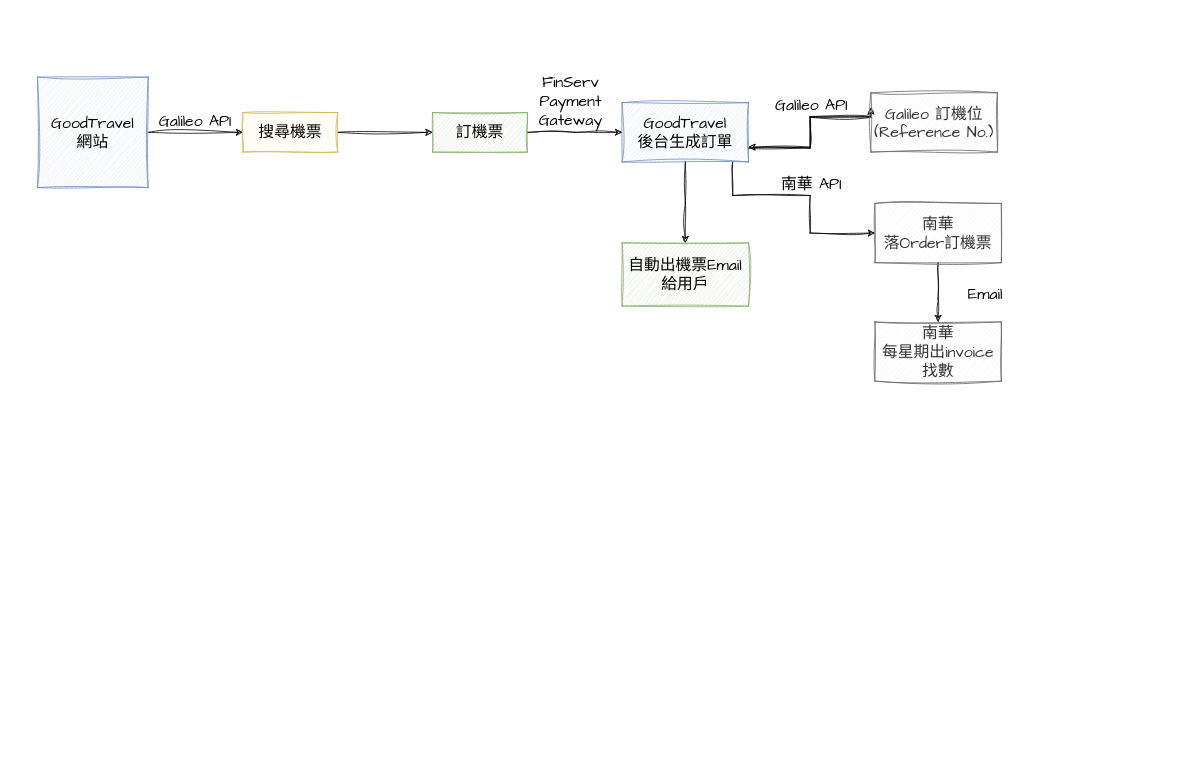
Earlier version of the draw.io diagram GoodTravel.drawio (MichaelLam888/Draw.io). Source tidied: cells renumbered, new cells numbered last; positions are measured from the earlier drawing's top-left corner, leaving out a move shared by most shapes. Both pictures are drawn from the tidied source at 79%, with x=0, y=0 at pixel (37, 69).
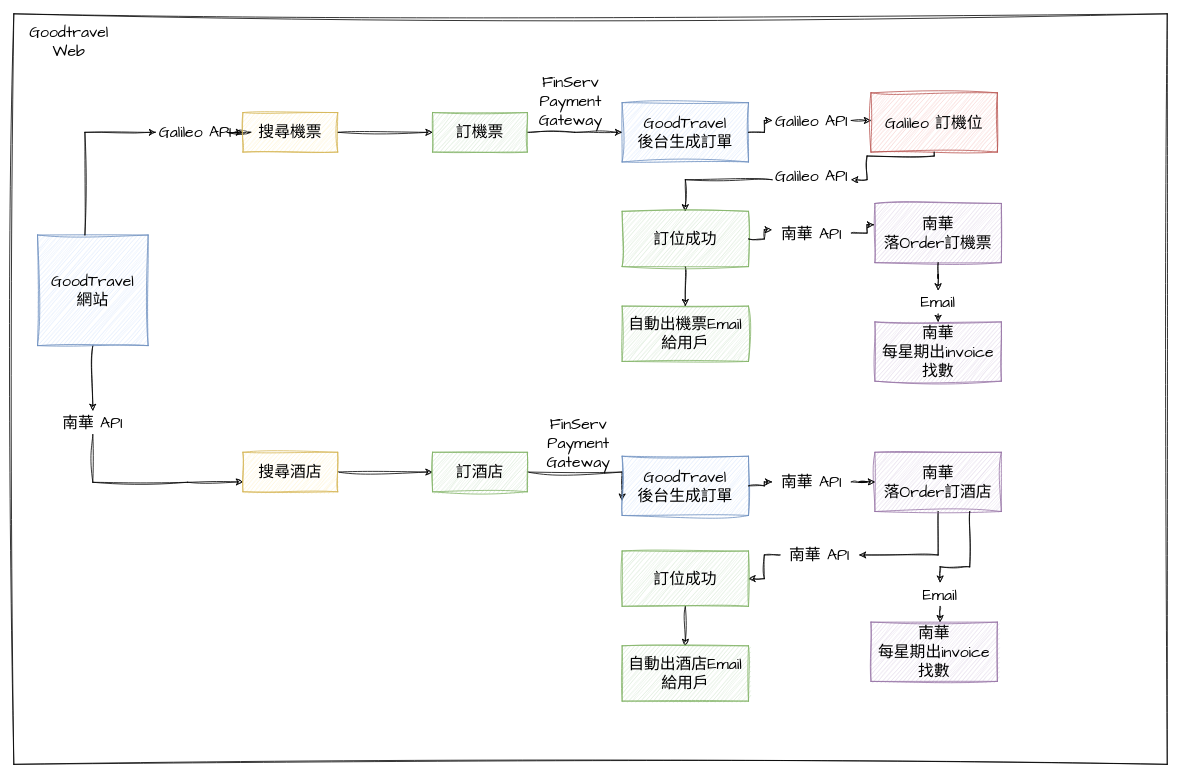
The same diagram, later.

Unchanged cells that the change refers to:
```xml
<mxCell id="5" value="搜尋機票" style="rounded=0;whiteSpace=wrap;html=1;sketch=1;hachureGap=4;jiggle=2;curveFitting=1;fontFamily=Architects Daughter;fontSize=20;fillColor=#fff2cc;strokeColor=#d6b656;" parent="1" vertex="1">
  <mxGeometry x="260" y="55" width="120" height="50" as="geometry" />
</mxCell>
<mxCell id="13" value="GoodTravel&lt;br&gt;後台生成訂單" style="rounded=0;whiteSpace=wrap;html=1;sketch=1;hachureGap=4;jiggle=2;curveFitting=1;fontFamily=Architects Daughter;fontSize=20;fillColor=#dae8fc;strokeColor=#6c8ebf;" parent="1" vertex="1">
  <mxGeometry x="740" y="42.5" width="160" height="75" as="geometry" />
</mxCell>
```

Diff of the diagram source:
```diff
@@
+    <mxCell id="24" style="rounded=0;whiteSpace=wrap;html=1;sketch=1;hachureGap=4;jiggle=2;curveFitting=1;fontFamily=Architects Daughter;fontSize=20;" parent="1" vertex="1">
+      <mxGeometry x="-30" y="-70" width="1460" height="950" as="geometry" />
+    </mxCell>
-    <mxCell id="2" style="edgeStyle=orthogonalEdgeStyle;rounded=0;sketch=1;hachureGap=4;jiggle=2;curveFitting=1;jettySize=auto;html=1;fontFamily=Architects Daughter;fontSize=16;" parent="1" edge="1" source="3" target="5">
+    <mxCell id="2" style="edgeStyle=orthogonalEdgeStyle;rounded=0;sketch=1;hachureGap=4;jiggle=2;curveFitting=1;jettySize=auto;html=1;fontFamily=Architects Daughter;fontSize=16;" parent="1" edge="1" source="6" target="5">
       <mxGeometry relative="1" as="geometry" />
     </mxCell>
+    <mxCell id="25" style="edgeStyle=orthogonalEdgeStyle;rounded=0;sketch=1;hachureGap=4;jiggle=2;curveFitting=1;jettySize=auto;html=1;entryX=0;entryY=0.75;entryDx=0;entryDy=0;fontFamily=Architects Daughter;fontSize=16;" parent="1" edge="1" source="50" target="30">
+      <mxGeometry relative="1" as="geometry">
+        <Array as="points">
+          <mxPoint x="70" y="523" />
+          <mxPoint x="190" y="523" />
+        </Array>
+      </mxGeometry>
+    </mxCell>
+    <mxCell id="26" style="edgeStyle=orthogonalEdgeStyle;rounded=0;sketch=1;hachureGap=4;jiggle=2;curveFitting=1;jettySize=auto;html=1;fontFamily=Architects Daughter;fontSize=16;" parent="1" edge="1" source="3" target="50">
+      <mxGeometry relative="1" as="geometry" />
+    </mxCell>
     <mxCell id="3" value="GoodTravel&lt;br&gt;網站" style="rounded=0;whiteSpace=wrap;html=1;sketch=1;hachureGap=4;jiggle=2;curveFitting=1;fontFamily=Architects Daughter;fontSize=20;fillColor=#dae8fc;strokeColor=#6c8ebf;" parent="1" vertex="1">
-      <mxGeometry y="10" width="140" height="140" as="geometry" />
+      <mxGeometry y="210" width="140" height="140" as="geometry" />
     </mxCell>
@@
-    <mxCell id="6" value="Galileo API" style="text;html=1;strokeColor=none;fillColor=none;align=center;verticalAlign=middle;whiteSpace=wrap;rounded=0;fontSize=20;fontFamily=Architects Daughter;" parent="1" vertex="1">
-      <mxGeometry x="150" y="50" width="100" height="30" as="geometry" />
-    </mxCell>
@@
-    <mxCell id="10" style="edgeStyle=orthogonalEdgeStyle;rounded=0;sketch=1;hachureGap=4;jiggle=2;curveFitting=1;jettySize=auto;html=1;entryX=0;entryY=0.25;entryDx=0;entryDy=0;fontFamily=Architects Daughter;fontSize=16;" parent="1" edge="1" source="13" target="15">
-      <mxGeometry relative="1" as="geometry">
-        <Array as="points">
-          <mxPoint x="978" y="100" />
-          <mxPoint x="978" y="61" />
-        </Array>
-      </mxGeometry>
-    </mxCell>
-    <mxCell id="11" style="edgeStyle=orthogonalEdgeStyle;rounded=0;sketch=1;hachureGap=4;jiggle=2;curveFitting=1;jettySize=auto;html=1;fontFamily=Architects Daughter;fontSize=16;" parent="1" edge="1" source="13">
-      <mxGeometry relative="1" as="geometry">
-        <mxPoint x="820" y="220" as="targetPoint" />
-      </mxGeometry>
-    </mxCell>
-    <mxCell id="12" style="edgeStyle=orthogonalEdgeStyle;rounded=0;sketch=1;hachureGap=4;jiggle=2;curveFitting=1;jettySize=auto;html=1;entryX=0;entryY=0.5;entryDx=0;entryDy=0;fontFamily=Architects Daughter;fontSize=16;" parent="1" edge="1" source="13" target="20">
-      <mxGeometry relative="1" as="geometry">
-        <Array as="points">
-          <mxPoint x="880" y="160" />
-          <mxPoint x="978" y="160" />
-          <mxPoint x="978" y="208" />
-        </Array>
-      </mxGeometry>
-    </mxCell>
+    <mxCell id="27" style="edgeStyle=orthogonalEdgeStyle;rounded=0;sketch=1;hachureGap=4;jiggle=2;curveFitting=1;jettySize=auto;html=1;fontFamily=Architects Daughter;fontSize=16;" parent="1" edge="1" source="16" target="15">
+      <mxGeometry relative="1" as="geometry">
+        <Array as="points">
+          <mxPoint x="978" y="80" />
+          <mxPoint x="978" y="60" />
+        </Array>
+      </mxGeometry>
+    </mxCell>
@@
-    <mxCell id="14" style="edgeStyle=orthogonalEdgeStyle;rounded=0;sketch=1;hachureGap=4;jiggle=2;curveFitting=1;jettySize=auto;html=1;entryX=1;entryY=0.75;entryDx=0;entryDy=0;fontFamily=Architects Daughter;fontSize=16;" parent="1" edge="1" source="15" target="13">
-      <mxGeometry relative="1" as="geometry">
-        <Array as="points">
-          <mxPoint x="978" y="60" />
-          <mxPoint x="978" y="99" />
-        </Array>
-      </mxGeometry>
-    </mxCell>
+    <mxCell id="28" style="edgeStyle=orthogonalEdgeStyle;rounded=0;sketch=1;hachureGap=4;jiggle=2;curveFitting=1;jettySize=auto;html=1;fontFamily=Architects Daughter;fontSize=16;" parent="1" edge="1" source="45" target="39">
+      <mxGeometry relative="1" as="geometry">
+        <Array as="points">
+          <mxPoint x="820" y="140" />
+        </Array>
+      </mxGeometry>
+    </mxCell>
-    <mxCell id="15" value="Galileo 訂機位&lt;br&gt;(Reference No.)" style="rounded=0;whiteSpace=wrap;html=1;sketch=1;hachureGap=4;jiggle=2;curveFitting=1;fontFamily=Architects Daughter;fontSize=20;fillColor=#f5f5f5;strokeColor=#666666;fontColor=#333333;" parent="1" vertex="1">
+    <mxCell id="15" value="Galileo 訂機位" style="rounded=0;whiteSpace=wrap;html=1;sketch=1;hachureGap=4;jiggle=2;curveFitting=1;fontFamily=Architects Daughter;fontSize=20;fillColor=#f8cecc;strokeColor=#b85450;" parent="1" vertex="1">
       <mxGeometry x="1055" y="30" width="160" height="75" as="geometry" />
     </mxCell>
-    <mxCell id="16" value="Galileo API" style="text;html=1;strokeColor=none;fillColor=none;align=center;verticalAlign=middle;whiteSpace=wrap;rounded=0;fontSize=20;fontFamily=Architects Daughter;" parent="1" vertex="1">
-      <mxGeometry x="930" y="30" width="100" height="30" as="geometry" />
-    </mxCell>
     <mxCell id="17" value="自動出機票Email&lt;br&gt;給用戶" style="rounded=0;whiteSpace=wrap;html=1;sketch=1;hachureGap=4;jiggle=2;curveFitting=1;fontFamily=Architects Daughter;fontSize=20;fillColor=#d5e8d4;strokeColor=#82b366;" parent="1" vertex="1">
-      <mxGeometry x="740" y="220" width="160" height="80" as="geometry" />
+      <mxGeometry x="740" y="300" width="160" height="70" as="geometry" />
     </mxCell>
@@
-    <mxCell id="19" style="edgeStyle=orthogonalEdgeStyle;rounded=0;sketch=1;hachureGap=4;jiggle=2;curveFitting=1;jettySize=auto;html=1;fontFamily=Architects Daughter;fontSize=16;" parent="1" edge="1" source="20" target="21">
+    <mxCell id="19" style="edgeStyle=orthogonalEdgeStyle;rounded=0;sketch=1;hachureGap=4;jiggle=2;curveFitting=1;jettySize=auto;html=1;fontFamily=Architects Daughter;fontSize=16;" parent="1" edge="1" source="23" target="21">
       <mxGeometry relative="1" as="geometry">
         <Array as="points">
           <mxPoint x="1140" y="290" />
           <mxPoint x="1140" y="290" />
         </Array>
       </mxGeometry>
     </mxCell>
-    <mxCell id="20" value="南華&lt;br&gt;落Order訂機票" style="rounded=0;whiteSpace=wrap;html=1;sketch=1;hachureGap=4;jiggle=2;curveFitting=1;fontFamily=Architects Daughter;fontSize=20;fillColor=#f5f5f5;strokeColor=#666666;fontColor=#333333;" parent="1" vertex="1">
+    <mxCell id="20" value="南華&lt;br&gt;落Order訂機票" style="rounded=0;whiteSpace=wrap;html=1;sketch=1;hachureGap=4;jiggle=2;curveFitting=1;fontFamily=Architects Daughter;fontSize=20;fillColor=#e1d5e7;strokeColor=#9673a6;" parent="1" vertex="1">
       <mxGeometry x="1060" y="170" width="160" height="75" as="geometry" />
     </mxCell>
-    <mxCell id="21" value="南華&lt;br&gt;每星期出invoice 找數" style="rounded=0;whiteSpace=wrap;html=1;sketch=1;hachureGap=4;jiggle=2;curveFitting=1;fontFamily=Architects Daughter;fontSize=20;fillColor=#f5f5f5;strokeColor=#666666;fontColor=#333333;" parent="1" vertex="1">
+    <mxCell id="21" value="南華&lt;br&gt;每星期出invoice 找數" style="rounded=0;whiteSpace=wrap;html=1;sketch=1;hachureGap=4;jiggle=2;curveFitting=1;fontFamily=Architects Daughter;fontSize=20;fillColor=#e1d5e7;strokeColor=#9673a6;" parent="1" vertex="1">
       <mxGeometry x="1060" y="320" width="160" height="75" as="geometry" />
     </mxCell>
+    <mxCell id="29" style="edgeStyle=orthogonalEdgeStyle;rounded=0;sketch=1;hachureGap=4;jiggle=2;curveFitting=1;jettySize=auto;html=1;fontFamily=Architects Daughter;fontSize=16;" parent="1" edge="1" source="30" target="32">
+      <mxGeometry relative="1" as="geometry" />
+    </mxCell>
+    <mxCell id="30" value="搜尋酒店" style="rounded=0;whiteSpace=wrap;html=1;sketch=1;hachureGap=4;jiggle=2;curveFitting=1;fontFamily=Architects Daughter;fontSize=20;fillColor=#fff2cc;strokeColor=#d6b656;" parent="1" vertex="1">
+      <mxGeometry x="260" y="485" width="120" height="50" as="geometry" />
+    </mxCell>
+    <mxCell id="31" style="edgeStyle=orthogonalEdgeStyle;rounded=0;sketch=1;hachureGap=4;jiggle=2;curveFitting=1;jettySize=auto;html=1;entryX=0;entryY=0.75;entryDx=0;entryDy=0;fontFamily=Architects Daughter;fontSize=16;" parent="1" edge="1" source="32" target="33">
+      <mxGeometry relative="1" as="geometry">
+        <Array as="points">
+          <mxPoint x="740" y="510" />
+        </Array>
+      </mxGeometry>
+    </mxCell>
+    <mxCell id="32" value="訂酒店" style="rounded=0;whiteSpace=wrap;html=1;sketch=1;hachureGap=4;jiggle=2;curveFitting=1;fontFamily=Architects Daughter;fontSize=20;fillColor=#d5e8d4;strokeColor=#82b366;" parent="1" vertex="1">
+      <mxGeometry x="500" y="485" width="120" height="50" as="geometry" />
+    </mxCell>
+    <mxCell id="33" value="GoodTravel&lt;br&gt;後台生成訂單" style="rounded=0;whiteSpace=wrap;html=1;sketch=1;hachureGap=4;jiggle=2;curveFitting=1;fontFamily=Architects Daughter;fontSize=20;fillColor=#dae8fc;strokeColor=#6c8ebf;" parent="1" vertex="1">
+      <mxGeometry x="740" y="490" width="160" height="75" as="geometry" />
+    </mxCell>
+    <mxCell id="34" value="FinServ Payment Gateway" style="text;html=1;strokeColor=none;fillColor=none;align=center;verticalAlign=middle;whiteSpace=wrap;rounded=0;fontSize=20;fontFamily=Architects Daughter;" parent="1" vertex="1">
+      <mxGeometry x="610" y="432.5" width="150" height="80" as="geometry" />
+    </mxCell>
+    <mxCell id="35" style="edgeStyle=orthogonalEdgeStyle;rounded=0;sketch=1;hachureGap=4;jiggle=2;curveFitting=1;jettySize=auto;html=1;entryX=1;entryY=0.5;entryDx=0;entryDy=0;fontFamily=Architects Daughter;fontSize=16;" parent="1" edge="1" source="54" target="52">
+      <mxGeometry relative="1" as="geometry" />
+    </mxCell>
+    <mxCell id="36" style="edgeStyle=orthogonalEdgeStyle;rounded=0;sketch=1;hachureGap=4;jiggle=2;curveFitting=1;jettySize=auto;html=1;fontFamily=Architects Daughter;fontSize=16;" parent="1" edge="1" source="37" target="54">
+      <mxGeometry relative="1" as="geometry">
+        <Array as="points">
+          <mxPoint x="1140" y="615" />
+        </Array>
+      </mxGeometry>
+    </mxCell>
+    <mxCell id="37" value="南華&lt;br&gt;落Order訂酒店" style="rounded=0;whiteSpace=wrap;html=1;sketch=1;hachureGap=4;jiggle=2;curveFitting=1;fontFamily=Architects Daughter;fontSize=20;fillColor=#e1d5e7;strokeColor=#9673a6;" parent="1" vertex="1">
+      <mxGeometry x="1060" y="485" width="160" height="75" as="geometry" />
+    </mxCell>
+    <mxCell id="38" style="edgeStyle=orthogonalEdgeStyle;rounded=0;sketch=1;hachureGap=4;jiggle=2;curveFitting=1;jettySize=auto;html=1;fontFamily=Architects Daughter;fontSize=16;" parent="1" edge="1" source="39" target="17">
+      <mxGeometry relative="1" as="geometry" />
+    </mxCell>
+    <mxCell id="39" value="訂位成功" style="rounded=0;whiteSpace=wrap;html=1;sketch=1;hachureGap=4;jiggle=2;curveFitting=1;fontFamily=Architects Daughter;fontSize=20;fillColor=#d5e8d4;strokeColor=#82b366;" parent="1" vertex="1">
+      <mxGeometry x="740" y="180" width="160" height="70" as="geometry" />
+    </mxCell>
+    <mxCell id="40" style="edgeStyle=orthogonalEdgeStyle;rounded=0;sketch=1;hachureGap=4;jiggle=2;curveFitting=1;jettySize=auto;html=1;entryX=-0.006;entryY=0.36;entryDx=0;entryDy=0;entryPerimeter=0;fontFamily=Architects Daughter;fontSize=16;" parent="1" edge="1" source="22" target="20">
+      <mxGeometry relative="1" as="geometry" />
+    </mxCell>
+    <mxCell id="41" style="edgeStyle=orthogonalEdgeStyle;rounded=0;sketch=1;hachureGap=4;jiggle=2;curveFitting=1;jettySize=auto;html=1;entryX=-0.006;entryY=0.36;entryDx=0;entryDy=0;entryPerimeter=0;fontFamily=Architects Daughter;fontSize=16;" parent="1" edge="1" source="39" target="22">
+      <mxGeometry relative="1" as="geometry" />
+    </mxCell>
     <mxCell id="22" value="南華 API" style="text;html=1;strokeColor=none;fillColor=none;align=center;verticalAlign=middle;whiteSpace=wrap;rounded=0;fontSize=20;fontFamily=Architects Daughter;" parent="1" vertex="1">
-      <mxGeometry x="930" y="130" width="100" height="30" as="geometry" />
+      <mxGeometry x="930" y="192.5" width="100" height="30" as="geometry" />
     </mxCell>
+    <mxCell id="42" style="edgeStyle=orthogonalEdgeStyle;rounded=0;sketch=1;hachureGap=4;jiggle=2;curveFitting=1;jettySize=auto;html=1;fontFamily=Architects Daughter;fontSize=16;" parent="1" edge="1" source="13" target="16">
+      <mxGeometry relative="1" as="geometry" />
+    </mxCell>
+    <mxCell id="16" value="Galileo API" style="text;html=1;strokeColor=none;fillColor=none;align=center;verticalAlign=middle;whiteSpace=wrap;rounded=0;fontSize=20;fontFamily=Architects Daughter;" parent="1" vertex="1">
+      <mxGeometry x="930" y="50" width="100" height="30" as="geometry" />
+    </mxCell>
+    <mxCell id="43" style="edgeStyle=orthogonalEdgeStyle;rounded=0;sketch=1;hachureGap=4;jiggle=2;curveFitting=1;jettySize=auto;html=1;fontFamily=Architects Daughter;fontSize=16;" parent="1" edge="1" source="3" target="6">
+      <mxGeometry relative="1" as="geometry">
+        <Array as="points">
+          <mxPoint x="60" y="80" />
+        </Array>
+      </mxGeometry>
+    </mxCell>
+    <mxCell id="6" value="Galileo API" style="text;html=1;strokeColor=none;fillColor=none;align=center;verticalAlign=middle;whiteSpace=wrap;rounded=0;fontSize=20;fontFamily=Architects Daughter;" parent="1" vertex="1">
+      <mxGeometry x="150" y="65" width="100" height="30" as="geometry" />
+    </mxCell>
+    <mxCell id="44" style="edgeStyle=orthogonalEdgeStyle;rounded=0;sketch=1;hachureGap=4;jiggle=2;curveFitting=1;jettySize=auto;html=1;fontFamily=Architects Daughter;fontSize=16;" parent="1" edge="1" source="15" target="45">
+      <mxGeometry relative="1" as="geometry">
+        <Array as="points">
+          <mxPoint x="1135" y="110" />
+          <mxPoint x="1050" y="110" />
+          <mxPoint x="1050" y="140" />
+        </Array>
+      </mxGeometry>
+    </mxCell>
+    <mxCell id="45" value="Galileo API" style="text;html=1;strokeColor=none;fillColor=none;align=center;verticalAlign=middle;whiteSpace=wrap;rounded=0;fontSize=20;fontFamily=Architects Daughter;" parent="1" vertex="1">
+      <mxGeometry x="930" y="120" width="100" height="30" as="geometry" />
+    </mxCell>
+    <mxCell id="46" style="edgeStyle=orthogonalEdgeStyle;rounded=0;sketch=1;hachureGap=4;jiggle=2;curveFitting=1;jettySize=auto;html=1;fontFamily=Architects Daughter;fontSize=16;" parent="1" edge="1" source="20" target="23">
+      <mxGeometry relative="1" as="geometry" />
+    </mxCell>
     <mxCell id="23" value="Email" style="text;html=1;strokeColor=none;fillColor=none;align=center;verticalAlign=middle;whiteSpace=wrap;rounded=0;fontSize=20;fontFamily=Architects Daughter;" parent="1" vertex="1">
-      <mxGeometry x="1150" y="270" width="100" height="30" as="geometry" />
+      <mxGeometry x="1090" y="280" width="100" height="30" as="geometry" />
     </mxCell>
+    <mxCell id="47" style="edgeStyle=orthogonalEdgeStyle;rounded=0;sketch=1;hachureGap=4;jiggle=2;curveFitting=1;jettySize=auto;html=1;fontFamily=Architects Daughter;fontSize=16;" parent="1" edge="1" source="33" target="49">
+      <mxGeometry relative="1" as="geometry" />
+    </mxCell>
+    <mxCell id="48" style="edgeStyle=orthogonalEdgeStyle;rounded=0;sketch=1;hachureGap=4;jiggle=2;curveFitting=1;jettySize=auto;html=1;fontFamily=Architects Daughter;fontSize=16;" parent="1" edge="1" source="49" target="37">
+      <mxGeometry relative="1" as="geometry" />
+    </mxCell>
+    <mxCell id="49" value="南華 API" style="text;html=1;strokeColor=none;fillColor=none;align=center;verticalAlign=middle;whiteSpace=wrap;rounded=0;fontSize=20;fontFamily=Architects Daughter;" parent="1" vertex="1">
+      <mxGeometry x="930" y="507.5" width="100" height="30" as="geometry" />
+    </mxCell>
+    <mxCell id="50" value="南華 API" style="text;html=1;strokeColor=none;fillColor=none;align=center;verticalAlign=middle;whiteSpace=wrap;rounded=0;fontSize=20;fontFamily=Architects Daughter;" parent="1" vertex="1">
+      <mxGeometry x="20" y="432.5" width="100" height="30" as="geometry" />
+    </mxCell>
+    <mxCell id="51" style="edgeStyle=orthogonalEdgeStyle;rounded=0;sketch=1;hachureGap=4;jiggle=2;curveFitting=1;jettySize=auto;html=1;fontFamily=Architects Daughter;fontSize=16;" parent="1" edge="1" source="52" target="53">
+      <mxGeometry relative="1" as="geometry" />
+    </mxCell>
+    <mxCell id="52" value="訂位成功" style="rounded=0;whiteSpace=wrap;html=1;sketch=1;hachureGap=4;jiggle=2;curveFitting=1;fontFamily=Architects Daughter;fontSize=20;fillColor=#d5e8d4;strokeColor=#82b366;" parent="1" vertex="1">
+      <mxGeometry x="740" y="610" width="160" height="70" as="geometry" />
+    </mxCell>
+    <mxCell id="53" value="自動出酒店Email&lt;br&gt;給用戶" style="rounded=0;whiteSpace=wrap;html=1;sketch=1;hachureGap=4;jiggle=2;curveFitting=1;fontFamily=Architects Daughter;fontSize=20;fillColor=#d5e8d4;strokeColor=#82b366;" parent="1" vertex="1">
+      <mxGeometry x="740" y="730" width="160" height="70" as="geometry" />
+    </mxCell>
+    <mxCell id="54" value="南華 API" style="text;html=1;strokeColor=none;fillColor=none;align=center;verticalAlign=middle;whiteSpace=wrap;rounded=0;fontSize=20;fontFamily=Architects Daughter;" parent="1" vertex="1">
+      <mxGeometry x="940" y="600" width="100" height="30" as="geometry" />
+    </mxCell>
+    <mxCell id="55" style="edgeStyle=orthogonalEdgeStyle;rounded=0;sketch=1;hachureGap=4;jiggle=2;curveFitting=1;jettySize=auto;html=1;fontFamily=Architects Daughter;fontSize=16;" parent="1" edge="1" source="58" target="56">
+      <mxGeometry relative="1" as="geometry">
+        <Array as="points">
+          <mxPoint x="1135" y="670" />
+          <mxPoint x="1135" y="670" />
+        </Array>
+      </mxGeometry>
+    </mxCell>
+    <mxCell id="56" value="南華&lt;br&gt;每星期出invoice 找數" style="rounded=0;whiteSpace=wrap;html=1;sketch=1;hachureGap=4;jiggle=2;curveFitting=1;fontFamily=Architects Daughter;fontSize=20;fillColor=#e1d5e7;strokeColor=#9673a6;" parent="1" vertex="1">
+      <mxGeometry x="1055" y="700" width="160" height="75" as="geometry" />
+    </mxCell>
+    <mxCell id="57" style="edgeStyle=orthogonalEdgeStyle;rounded=0;sketch=1;hachureGap=4;jiggle=2;curveFitting=1;jettySize=auto;html=1;fontFamily=Architects Daughter;fontSize=16;" parent="1" edge="1" source="37" target="58">
+      <mxGeometry relative="1" as="geometry">
+        <Array as="points">
+          <mxPoint x="1180" y="630" />
+        </Array>
+      </mxGeometry>
+    </mxCell>
+    <mxCell id="58" value="Email" style="text;html=1;strokeColor=none;fillColor=none;align=center;verticalAlign=middle;whiteSpace=wrap;rounded=0;fontSize=20;fontFamily=Architects Daughter;" parent="1" vertex="1">
+      <mxGeometry x="1090" y="650" width="105" height="30" as="geometry" />
+    </mxCell>
+    <mxCell id="59" value="Goodtravel Web" style="text;html=1;strokeColor=none;fillColor=none;align=center;verticalAlign=middle;whiteSpace=wrap;rounded=0;fontSize=20;fontFamily=Architects Daughter;" parent="1" vertex="1">
+      <mxGeometry x="10" y="-50" width="60" height="30" as="geometry" />
+    </mxCell>
```
